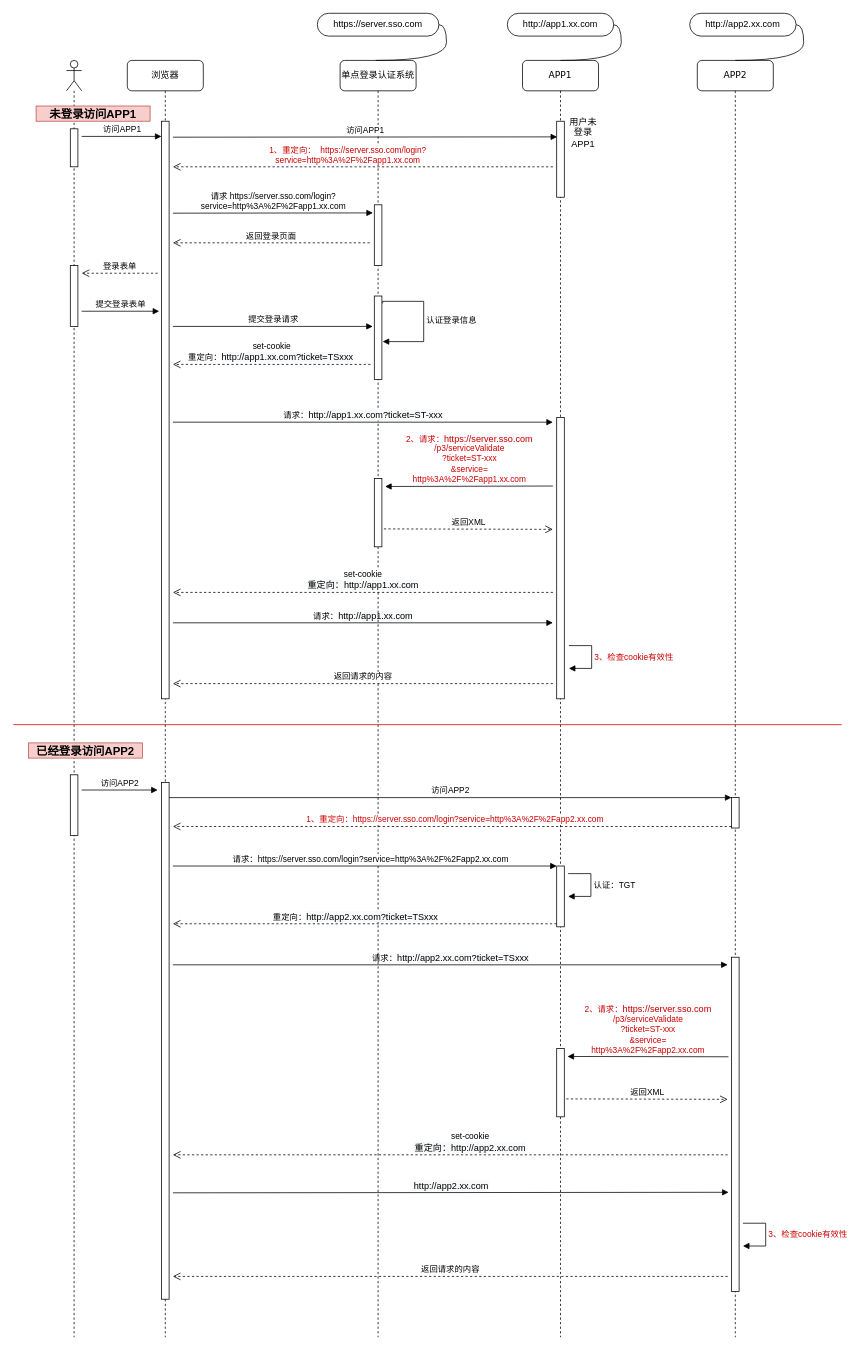
Above: sso.drawio in rockywade/draw (draw.io), before the change. Source tidied: cells renumbered, new cells numbered last; positions are measured from the earlier drawing's top-left corner, leaving out a move shared by most shapes. Both pictures are drawn from the tidied source at 76%, with x=0, y=0 at pixel (13, 13).
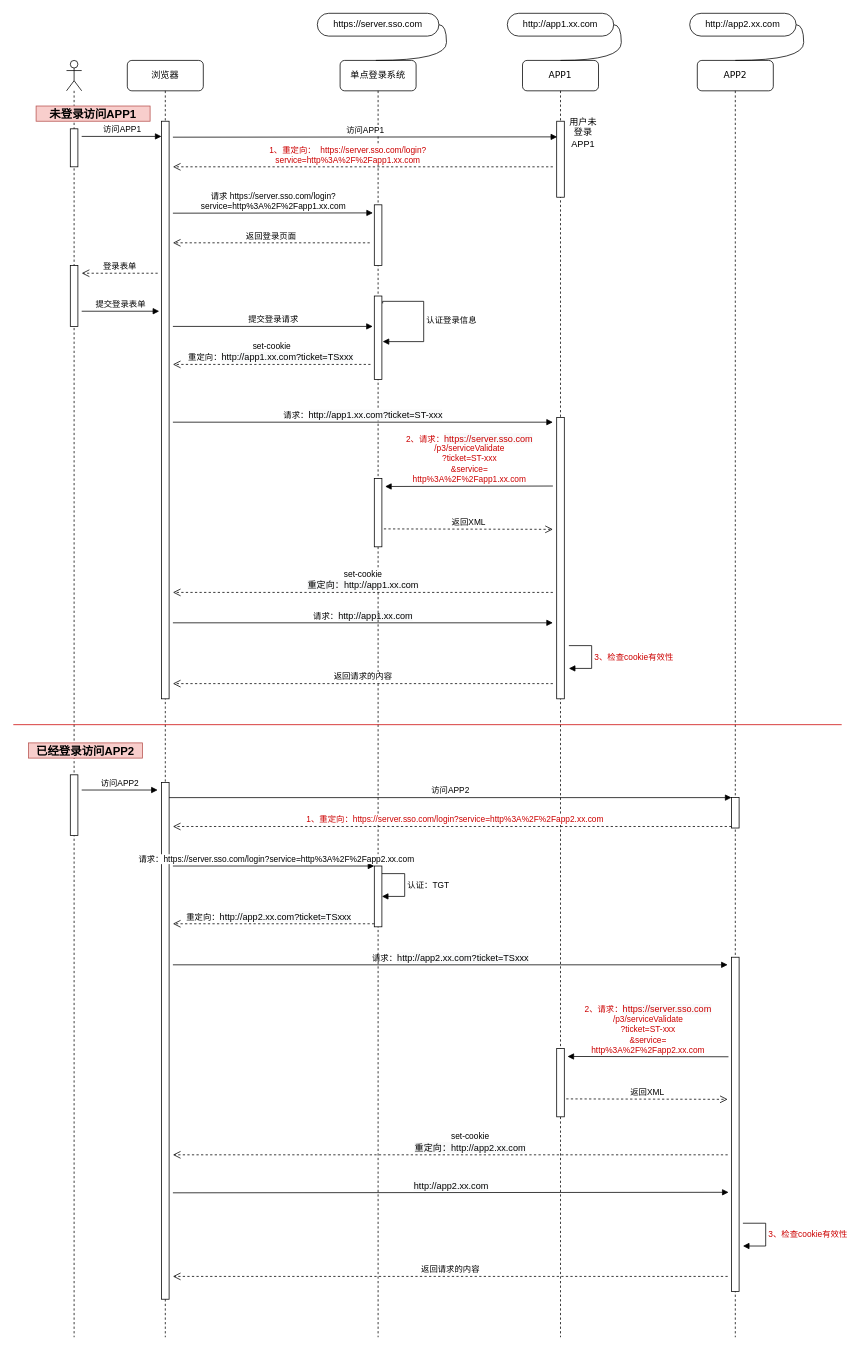
The same diagram, later.

Unchanged cells that the change refers to:
```xml
<mxCell id="13" value="APP1" style="shape=umlLifeline;perimeter=lifelinePerimeter;whiteSpace=wrap;html=1;outlineConnect=0;rounded=1;shadow=0;comic=0;labelBackgroundColor=none;strokeWidth=1;fontFamily=Verdana;fontSize=12;align=center;" parent="1" vertex="1">
  <mxGeometry x="670" y="62" width="100" height="1680" as="geometry" />
</mxCell>
```

Diff of the diagram source:
```diff
@@
-    <mxCell id="9" value="单点登录认证系统" style="shape=umlLifeline;perimeter=lifelinePerimeter;whiteSpace=wrap;html=1;outlineConnect=0;rounded=1;shadow=0;comic=0;labelBackgroundColor=none;strokeWidth=1;fontFamily=Verdana;fontSize=12;align=center;" parent="1" vertex="1">
+    <mxCell id="9" value="单点登录系统" style="shape=umlLifeline;perimeter=lifelinePerimeter;whiteSpace=wrap;html=1;outlineConnect=0;rounded=1;shadow=0;comic=0;labelBackgroundColor=none;strokeWidth=1;fontFamily=Verdana;fontSize=12;align=center;" parent="1" vertex="1">
       <mxGeometry x="430" y="62" width="100" height="1680" as="geometry" />
     </mxCell>
@@
+    <mxCell id="17" style="html=1;points=[];perimeter=orthogonalPerimeter;" parent="9" vertex="1">
+      <mxGeometry x="45" y="1060" width="10" height="80" as="geometry" />
+    </mxCell>
@@
-    <mxCell id="17" style="html=1;points=[];perimeter=orthogonalPerimeter;" parent="13" vertex="1">
-      <mxGeometry x="45" y="1060" width="10" height="80" as="geometry" />
-    </mxCell>
@@
     <mxCell id="55" value="认证：TGT" style="edgeStyle=orthogonalEdgeStyle;html=1;align=left;spacingLeft=2;endArrow=block;rounded=0;" parent="1" edge="1">
       <mxGeometry relative="1" as="geometry">
-        <mxPoint x="730" y="1132" as="sourcePoint" />
-        <mxPoint x="730" y="1162" as="targetPoint" />
+        <mxPoint x="485" y="1132" as="sourcePoint" />
+        <mxPoint x="485" y="1162" as="targetPoint" />
         <Array as="points">
-          <mxPoint x="760" y="1132" />
-          <mxPoint x="760" y="1162" />
+          <mxPoint x="515" y="1132" />
+          <mxPoint x="515" y="1162" />
         </Array>
       </mxGeometry>
     </mxCell>
```
